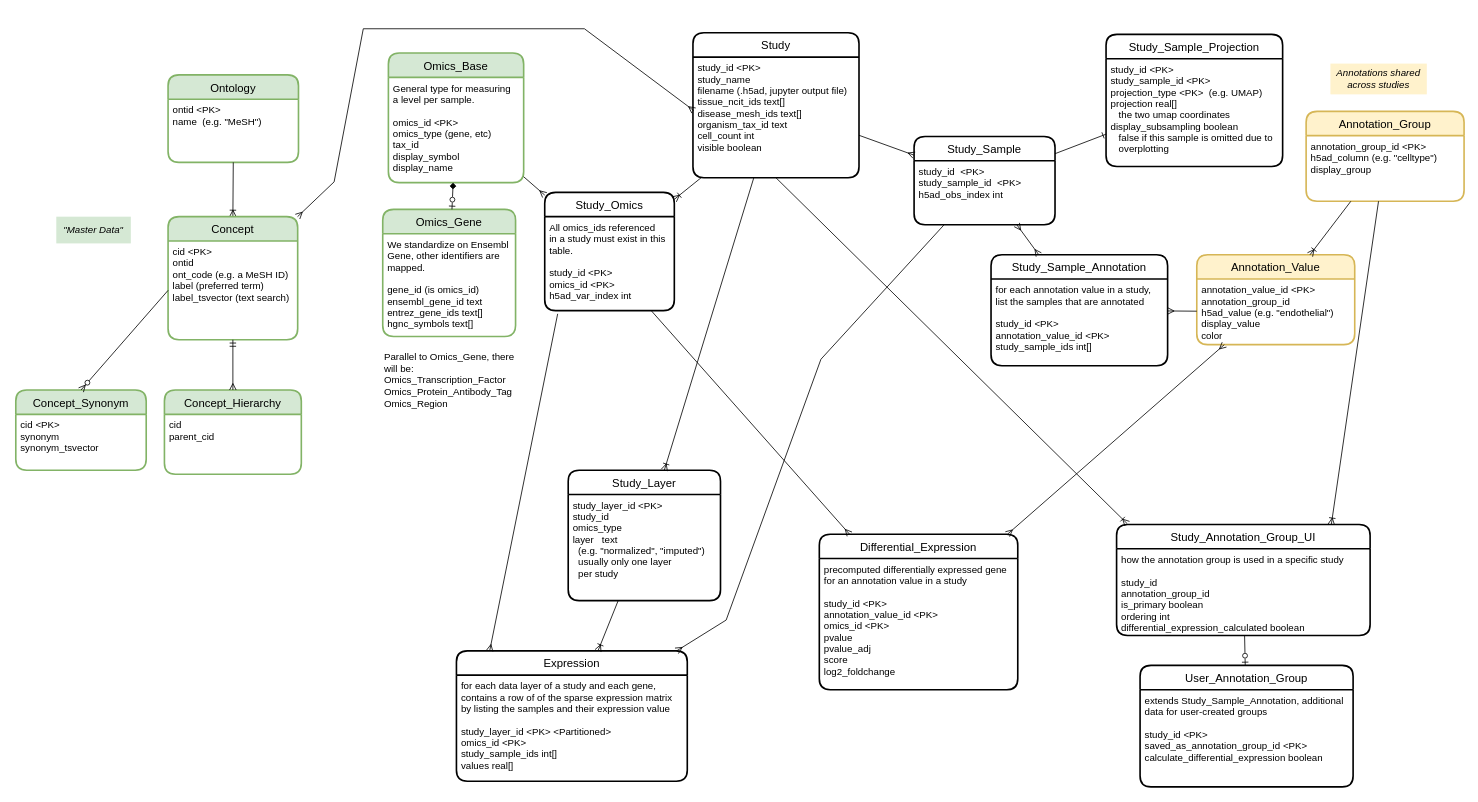
Above: documentation/database_schema.drawio in Bayer-Group/cellenium (draw.io), before the change. Source tidied: cells renumbered, new cells numbered last; positions are measured from the earlier drawing's top-left corner, leaving out a move shared by most shapes. Both pictures are drawn from the tidied source at 81%, with x=0, y=0 at pixel (15, 28).
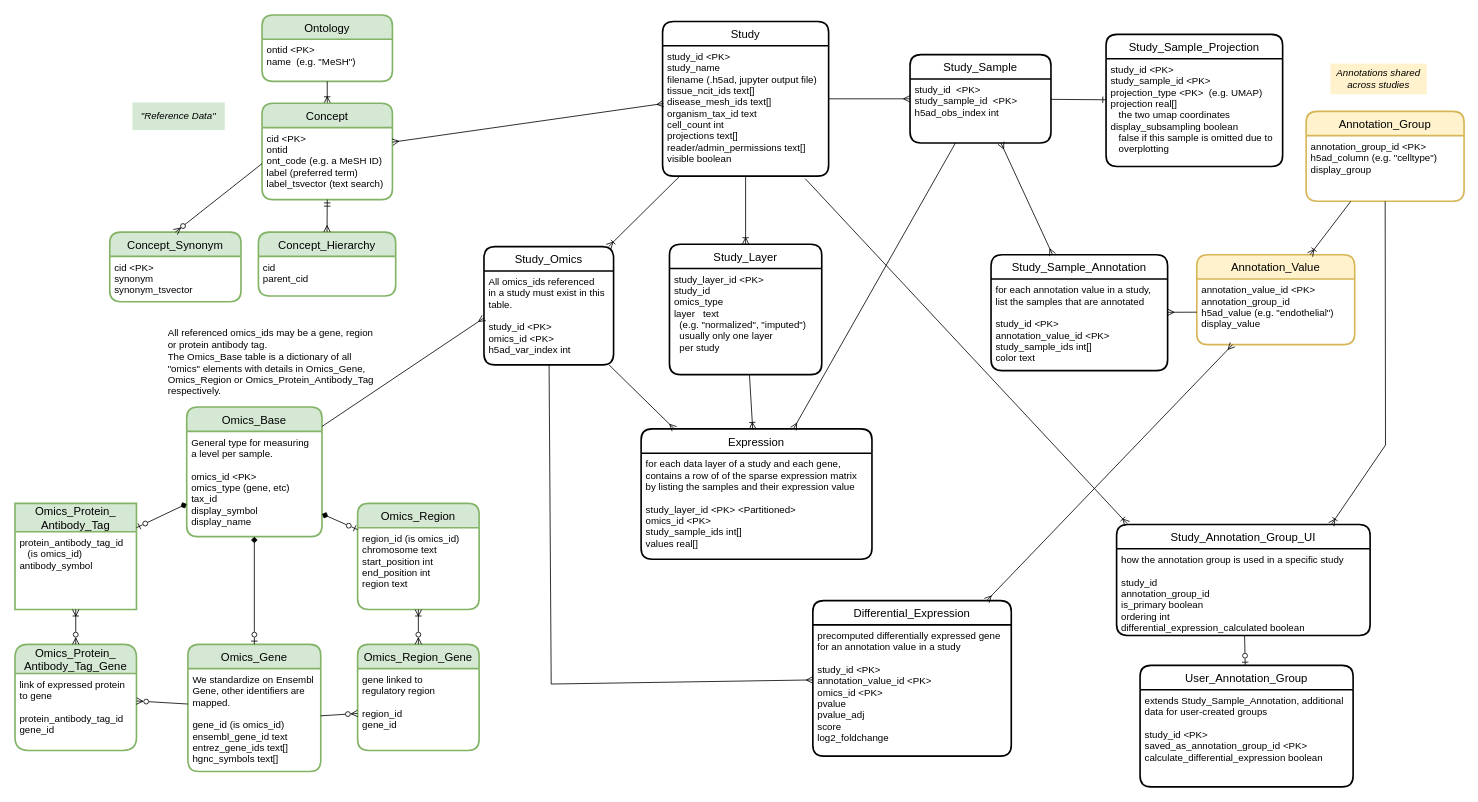
Above is the later version.

Commit message (it also covers changes not shown here):
database schema update

The change refers to these unchanged cells:
```xml
<mxCell id="16" value="General type for measuring&#10;a level per sample.&#10;&#10;omics_id &lt;PK&gt;&#10;omics_type (gene, etc)&#10;tax_id&#10;display_symbol&#10;display_name" style="align=left;strokeColor=none;fillColor=none;spacingLeft=4;fontSize=12;verticalAlign=top;" parent="15" vertex="1">
  <mxGeometry y="30" width="167" height="130" as="geometry" />
</mxCell>
<mxCell id="18" value="We standardize on Ensembl&#10;Gene, other identifiers are&#10;mapped.&#10;&#10;gene_id (is omics_id)&#10;ensembl_gene_id text&#10;entrez_gene_ids text[]&#10;hgnc_symbols text[]&#10;" style="align=left;strokeColor=none;fillColor=none;spacingLeft=4;fontSize=12;verticalAlign=top;" parent="17" vertex="1">
  <mxGeometry y="30" width="164" height="127" as="geometry" />
</mxCell>
<mxCell id="21" value="All omics_ids referenced&#10;in a study must exist in this&#10;table.&#10;&#10;study_id &lt;PK&gt;&#10;omics_id &lt;PK&gt;&#10;h5ad_var_index int&#10;" style="align=left;strokeColor=none;fillColor=none;spacingLeft=4;fontSize=12;verticalAlign=top;" parent="20" vertex="1">
  <mxGeometry y="30" width="160" height="116" as="geometry" />
</mxCell>
<mxCell id="22" value="Annotation_Group" style="swimlane;horizontal=1;startSize=30;rounded=1;fontSize=14;fontStyle=0;strokeWidth=2;shadow=0;dashed=0;align=center;fillColor=#fff2cc;strokeColor=#d6b656;" parent="1" vertex="1">
  <mxGeometry x="1593" y="102" width="195" height="111" as="geometry" />
</mxCell>
<mxCell id="24" value="Annotation_Value" style="swimlane;horizontal=1;startSize=30;rounded=1;fontSize=14;fontStyle=0;strokeWidth=2;shadow=0;dashed=0;align=center;fillColor=#fff2cc;strokeColor=#d6b656;" parent="1" vertex="1">
  <mxGeometry x="1458" y="279" width="195" height="111" as="geometry" />
</mxCell>
<mxCell id="27" value="Study_Annotation_Group_UI" style="swimlane;horizontal=1;startSize=30;rounded=1;fontSize=14;fontStyle=0;strokeWidth=2;shadow=0;dashed=0;align=center;" parent="1" vertex="1">
  <mxGeometry x="1359" y="612" width="313" height="137" as="geometry" />
</mxCell>
```

Change to the diagram source:
```diff
@@
     <mxCell id="2" value="Study" style="swimlane;horizontal=1;startSize=30;rounded=1;fontSize=14;fontStyle=0;strokeWidth=2;shadow=0;dashed=0;align=center;" parent="1" vertex="1">
-      <mxGeometry x="836" y="5" width="205" height="179" as="geometry" />
+      <mxGeometry x="798.5" y="-9" width="205" height="191" as="geometry" />
     </mxCell>
-    <mxCell id="3" value="study_id &lt;PK&gt;&#10;study_name&#10;filename (.h5ad, jupyter output file)&#10;tissue_ncit_ids text[]&#10;disease_mesh_ids text[]&#10;organism_tax_id text&#10;cell_count int&#10;visible boolean" style="align=left;strokeColor=none;fillColor=none;spacingLeft=4;fontSize=12;verticalAlign=top;" parent="2" vertex="1">
-      <mxGeometry y="30" width="205" height="149" as="geometry" />
+    <mxCell id="3" value="study_id &lt;PK&gt;&#10;study_name&#10;filename (.h5ad, jupyter output file)&#10;tissue_ncit_ids text[]&#10;disease_mesh_ids text[]&#10;organism_tax_id text&#10;cell_count int&#10;projections text[]&#10;reader/admin_permissions text[]&#10;visible boolean" style="align=left;strokeColor=none;fillColor=none;spacingLeft=4;fontSize=12;verticalAlign=top;" parent="2" vertex="1">
+      <mxGeometry y="30" width="205" height="161" as="geometry" />
     </mxCell>
     <mxCell id="4" value="Ontology" style="swimlane;horizontal=1;startSize=30;rounded=1;fontSize=14;fontStyle=0;strokeWidth=2;shadow=0;dashed=0;align=center;fillColor=#d5e8d4;strokeColor=#82b366;" parent="1" vertex="1">
-      <mxGeometry x="188" y="57" width="161" height="108" as="geometry" />
+      <mxGeometry x="304" y="-17" width="161" height="82" as="geometry" />
     </mxCell>
     <mxCell id="5" value="ontid &lt;PK&gt;&#10;name  (e.g. &quot;MeSH&quot;)&#10;" style="align=left;strokeColor=none;fillColor=none;spacingLeft=4;fontSize=12;verticalAlign=top;" parent="4" vertex="1">
-      <mxGeometry y="30" width="161" height="78" as="geometry" />
+      <mxGeometry y="30" width="161" height="52" as="geometry" />
     </mxCell>
@@
     <mxCell id="7" value="Concept" style="swimlane;horizontal=1;startSize=30;rounded=1;fontSize=14;fontStyle=0;strokeWidth=2;shadow=0;dashed=0;align=center;fillColor=#d5e8d4;strokeColor=#82b366;" parent="1" vertex="1">
-      <mxGeometry x="188" y="232" width="160" height="152" as="geometry" />
+      <mxGeometry x="304" y="92" width="161" height="119" as="geometry" />
     </mxCell>
     <mxCell id="8" value="cid &lt;PK&gt;&#10;ontid&#10;ont_code (e.g. a MeSH ID)&#10;label (preferred term)&#10;label_tsvector (text search)" style="align=left;strokeColor=none;fillColor=none;spacingLeft=4;fontSize=12;verticalAlign=top;" parent="7" vertex="1">
-      <mxGeometry y="30" width="160" height="122" as="geometry" />
+      <mxGeometry y="30" width="161" height="89" as="geometry" />
     </mxCell>
     <mxCell id="9" value="Concept_Hierarchy" style="swimlane;horizontal=1;startSize=30;rounded=1;fontSize=14;fontStyle=0;strokeWidth=2;shadow=0;dashed=0;align=center;fillColor=#d5e8d4;strokeColor=#82b366;" parent="1" vertex="1">
-      <mxGeometry x="183.5" y="446" width="169" height="104" as="geometry" />
+      <mxGeometry x="299.5" y="251" width="169.5" height="79" as="geometry" />
     </mxCell>
     <mxCell id="10" value="cid&#10;parent_cid&#10;" style="align=left;strokeColor=none;fillColor=none;spacingLeft=4;fontSize=12;verticalAlign=top;" parent="9" vertex="1">
-      <mxGeometry y="30" width="169" height="74" as="geometry" />
+      <mxGeometry y="30" width="169.5" height="49" as="geometry" />
     </mxCell>
@@
     <mxCell id="12" value="Concept_Synonym" style="swimlane;horizontal=1;startSize=30;rounded=1;fontSize=14;fontStyle=0;strokeWidth=2;shadow=0;dashed=0;align=center;fillColor=#d5e8d4;strokeColor=#82b366;" parent="1" vertex="1">
-      <mxGeometry y="446" width="161" height="99" as="geometry" />
+      <mxGeometry x="116" y="251" width="162" height="86" as="geometry" />
     </mxCell>
     <mxCell id="13" value="cid &lt;PK&gt;&#10;synonym&#10;synonym_tsvector&#10;" style="align=left;strokeColor=none;fillColor=none;spacingLeft=4;fontSize=12;verticalAlign=top;" parent="12" vertex="1">
-      <mxGeometry y="30" width="161" height="69" as="geometry" />
+      <mxGeometry y="30" width="162" height="56" as="geometry" />
     </mxCell>
@@
     <mxCell id="15" value="Omics_Base" style="swimlane;horizontal=1;startSize=30;rounded=1;fontSize=14;fontStyle=0;strokeWidth=2;shadow=0;dashed=0;align=center;fillColor=#d5e8d4;strokeColor=#82b366;" parent="1" vertex="1">
-      <mxGeometry x="460" y="30" width="167" height="160" as="geometry" />
+      <mxGeometry x="211" y="467" width="167" height="160" as="geometry" />
     </mxCell>
@@
     <mxCell id="17" value="Omics_Gene" style="swimlane;horizontal=1;startSize=30;rounded=1;fontSize=14;fontStyle=0;strokeWidth=2;shadow=0;dashed=0;align=center;fillColor=#d5e8d4;strokeColor=#82b366;" parent="1" vertex="1">
-      <mxGeometry x="453" y="223" width="164" height="157" as="geometry" />
+      <mxGeometry x="212.5" y="760" width="164" height="157" as="geometry" />
     </mxCell>
@@
     <mxCell id="20" value="Study_Omics" style="swimlane;horizontal=1;startSize=30;rounded=1;fontSize=14;fontStyle=0;strokeWidth=2;shadow=0;dashed=0;align=center;" parent="1" vertex="1">
-      <mxGeometry x="653" y="202" width="160" height="146" as="geometry" />
+      <mxGeometry x="578" y="269" width="160" height="146" as="geometry" />
     </mxCell>
@@
-    <mxCell id="25" value="annotation_value_id &lt;PK&gt;&#10;annotation_group_id&#10;h5ad_value (e.g. &quot;endothelial&quot;)&#10;display_value&#10;color" style="align=left;strokeColor=none;fillColor=none;spacingLeft=4;fontSize=12;verticalAlign=top;" parent="24" vertex="1">
+    <mxCell id="25" value="annotation_value_id &lt;PK&gt;&#10;annotation_group_id&#10;h5ad_value (e.g. &quot;endothelial&quot;)&#10;display_value" style="align=left;strokeColor=none;fillColor=none;spacingLeft=4;fontSize=12;verticalAlign=top;" parent="24" vertex="1">
       <mxGeometry y="30" width="195" height="81" as="geometry" />
     </mxCell>
@@
     <mxCell id="29" value="Study_Layer" style="swimlane;horizontal=1;startSize=30;rounded=1;fontSize=14;fontStyle=0;strokeWidth=2;shadow=0;dashed=0;align=center;" parent="1" vertex="1">
-      <mxGeometry x="682" y="545" width="188" height="161" as="geometry" />
+      <mxGeometry x="807" y="266" width="188" height="161" as="geometry" />
     </mxCell>
@@
     <mxCell id="31" value="Study_Sample" style="swimlane;horizontal=1;startSize=30;rounded=1;fontSize=14;fontStyle=0;strokeWidth=2;shadow=0;dashed=0;align=center;" parent="1" vertex="1">
-      <mxGeometry x="1109" y="133" width="174" height="109" as="geometry" />
+      <mxGeometry x="1104" y="32" width="174" height="109" as="geometry" />
     </mxCell>
@@
     <mxCell id="33" value="Study_Sample_Annotation" style="swimlane;horizontal=1;startSize=30;rounded=1;fontSize=14;fontStyle=0;strokeWidth=2;shadow=0;dashed=0;align=center;" parent="1" vertex="1">
-      <mxGeometry x="1204" y="279" width="218" height="137" as="geometry" />
+      <mxGeometry x="1204" y="279" width="218" height="143" as="geometry" />
     </mxCell>
-    <mxCell id="34" value="for each annotation value in a study,&#10;list the samples that are annotated&#10;&#10;study_id &lt;PK&gt;&#10;annotation_value_id &lt;PK&gt;&#10;study_sample_ids int[]&#10;" style="align=left;strokeColor=none;fillColor=none;spacingLeft=4;fontSize=12;verticalAlign=top;" parent="33" vertex="1">
-      <mxGeometry y="30" width="218" height="107" as="geometry" />
+    <mxCell id="34" value="for each annotation value in a study,&#10;list the samples that are annotated&#10;&#10;study_id &lt;PK&gt;&#10;annotation_value_id &lt;PK&gt;&#10;study_sample_ids int[]&#10;color text" style="align=left;strokeColor=none;fillColor=none;spacingLeft=4;fontSize=12;verticalAlign=top;" parent="33" vertex="1">
+      <mxGeometry y="30" width="218" height="113" as="geometry" />
     </mxCell>
@@
     <mxCell id="39" value="Expression" style="swimlane;horizontal=1;startSize=30;rounded=1;fontSize=14;fontStyle=0;strokeWidth=2;shadow=0;dashed=0;align=center;" parent="1" vertex="1">
-      <mxGeometry x="544" y="768" width="285" height="161" as="geometry" />
+      <mxGeometry x="772" y="494" width="285" height="161" as="geometry" />
     </mxCell>
@@
     <mxCell id="41" value="Differential_Expression" style="swimlane;horizontal=1;startSize=30;rounded=1;fontSize=14;fontStyle=0;strokeWidth=2;shadow=0;dashed=0;align=center;" parent="1" vertex="1">
-      <mxGeometry x="992" y="624" width="245" height="192" as="geometry" />
+      <mxGeometry x="984" y="706" width="245" height="192" as="geometry" />
     </mxCell>
@@
-    <mxCell id="45" value="Parallel to Omics_Gene, there&lt;br&gt;will be:&lt;br&gt;Omics_Transcription_Factor&lt;br&gt;Omics_Protein_Antibody_Tag&lt;br&gt;Omics_Region" style="text;html=1;strokeColor=none;fillColor=none;align=left;verticalAlign=middle;whiteSpace=wrap;rounded=0;" parent="1" vertex="1">
-      <mxGeometry x="453" y="402" width="172" height="63" as="geometry" />
-    </mxCell>
@@
-    <mxCell id="48" style="fontSize=12;html=1;endArrow=ERmany;rounded=0;endFill=0;entryX=0.144;entryY=0;entryDx=0;entryDy=0;entryPerimeter=0;exitX=0.1;exitY=1.034;exitDx=0;exitDy=0;exitPerimeter=0;" parent="1" edge="1" source="21" target="39">
+    <mxCell id="48" style="fontSize=12;html=1;endArrow=ERmany;rounded=0;endFill=0;entryX=0.144;entryY=0;entryDx=0;entryDy=0;entryPerimeter=0;" parent="1" edge="1" source="20" target="39">
       <mxGeometry relative="1" as="geometry" />
     </mxCell>
@@
-    <mxCell id="53" style="fontSize=12;html=1;endArrow=ERmany;rounded=0;endFill=0;" parent="1" edge="1" source="15" target="20">
+    <mxCell id="53" style="fontSize=12;html=1;endArrow=ERmany;rounded=0;endFill=0;entryX=0;entryY=0.5;entryDx=0;entryDy=0;" parent="1" edge="1" source="15" target="21">
       <mxGeometry x="1" y="-189" relative="1" as="geometry">
         <mxPoint x="132" y="180" as="offset" />
       </mxGeometry>
     </mxCell>
     <mxCell id="54" style="fontSize=12;html=1;endArrow=ERmany;rounded=0;endFill=0;" parent="1" edge="1" source="21" target="41">
-      <mxGeometry relative="1" as="geometry" />
+      <mxGeometry relative="1" as="geometry">
+        <Array as="points">
+          <mxPoint x="661" y="809" />
+        </Array>
+      </mxGeometry>
     </mxCell>
     <mxCell id="55" style="fontSize=12;html=1;endArrow=ERmany;rounded=0;endFill=0;" parent="1" edge="1" source="31" target="39">
-      <mxGeometry relative="1" as="geometry">
-        <Array as="points">
-          <mxPoint x="994" y="408" />
-          <mxPoint x="877" y="730" />
-        </Array>
-      </mxGeometry>
+      <mxGeometry relative="1" as="geometry" />
     </mxCell>
     <mxCell id="56" style="fontSize=12;html=1;endArrow=ERoneToMany;rounded=0;entryX=0.847;entryY=0;entryDx=0;entryDy=0;entryPerimeter=0;" parent="1" edge="1" source="22" target="27">
-      <mxGeometry relative="1" as="geometry" />
+      <mxGeometry relative="1" as="geometry">
+        <Array as="points">
+          <mxPoint x="1691" y="514" />
+        </Array>
+      </mxGeometry>
     </mxCell>
-    <mxCell id="57" style="fontSize=12;html=1;endArrow=ERoneToMany;rounded=0;entryX=0.042;entryY=-0.007;entryDx=0;entryDy=0;entryPerimeter=0;exitX=0.5;exitY=1;exitDx=0;exitDy=0;" parent="1" edge="1" source="3" target="27">
+    <mxCell id="57" style="fontSize=12;html=1;endArrow=ERoneToMany;rounded=0;entryX=0.042;entryY=-0.007;entryDx=0;entryDy=0;entryPerimeter=0;exitX=0.859;exitY=1.019;exitDx=0;exitDy=0;exitPerimeter=0;" parent="1" edge="1" source="3" target="27">
       <mxGeometry relative="1" as="geometry" />
     </mxCell>
@@
-    <mxCell id="59" value="&quot;Master Data&quot;" style="rounded=0;whiteSpace=wrap;html=1;fillColor=#d5e8d4;strokeColor=none;fontStyle=2;" parent="1" vertex="1">
-      <mxGeometry x="50" y="232" width="92" height="33" as="geometry" />
+    <mxCell id="59" value="&quot;Reference Data&quot;" style="rounded=0;whiteSpace=wrap;html=1;fillColor=#d5e8d4;strokeColor=none;fontStyle=2;" parent="1" vertex="1">
+      <mxGeometry x="144" y="91" width="114" height="34" as="geometry" />
     </mxCell>
@@
     <mxCell id="61" style="fontSize=12;html=1;endArrow=ERmany;rounded=0;endFill=0;startArrow=ERmany;startFill=0;exitX=0.005;exitY=0.443;exitDx=0;exitDy=0;exitPerimeter=0;" parent="1" edge="1" source="3" target="7">
-      <mxGeometry x="1" y="-189" relative="1" as="geometry">
-        <Array as="points">
-          <mxPoint x="702" />
-          <mxPoint x="429" />
-          <mxPoint x="393" y="189" />
-        </Array>
-        <mxPoint x="132" y="180" as="offset" />
-      </mxGeometry>
+      <mxGeometry relative="1" as="geometry" />
     </mxCell>
+    <mxCell id="62" value="Omics_Region" style="swimlane;horizontal=1;startSize=30;rounded=1;fontSize=14;fontStyle=0;strokeWidth=2;shadow=0;dashed=0;align=center;fillColor=#d5e8d4;strokeColor=#82b366;" parent="1" vertex="1">
+      <mxGeometry x="422" y="586" width="150" height="131" as="geometry" />
+    </mxCell>
+    <mxCell id="63" value="region_id (is omics_id)&#10;chromosome text&#10;start_position int&#10;end_position int&#10;region text" style="align=left;strokeColor=none;fillColor=none;spacingLeft=4;fontSize=12;verticalAlign=top;" parent="62" vertex="1">
+      <mxGeometry y="30" width="150" height="101" as="geometry" />
+    </mxCell>
+    <mxCell id="64" style="fontSize=12;html=1;endArrow=ERzeroToOne;rounded=0;endFill=0;startArrow=diamond;startFill=1;" parent="1" edge="1" source="16" target="62">
+      <mxGeometry relative="1" as="geometry" />
+    </mxCell>
+    <mxCell id="65" value="Omics_Region_Gene" style="swimlane;horizontal=1;startSize=30;rounded=1;fontSize=14;fontStyle=0;strokeWidth=2;shadow=0;dashed=0;align=center;fillColor=#d5e8d4;strokeColor=#82b366;" parent="1" vertex="1">
+      <mxGeometry x="422" y="760" width="150" height="131" as="geometry" />
+    </mxCell>
+    <mxCell id="66" value="gene linked to&#10;regulatory region&#10;&#10;region_id&#10;gene_id" style="align=left;strokeColor=none;fillColor=none;spacingLeft=4;fontSize=12;verticalAlign=top;" parent="65" vertex="1">
+      <mxGeometry y="30" width="150" height="101" as="geometry" />
+    </mxCell>
+    <mxCell id="67" style="fontSize=12;html=1;endArrow=ERzeroToMany;rounded=0;endFill=0;startArrow=ERoneToMany;startFill=0;" parent="1" edge="1" source="63" target="65">
+      <mxGeometry relative="1" as="geometry" />
+    </mxCell>
+    <mxCell id="68" style="fontSize=12;html=1;endArrow=ERzeroToMany;rounded=0;endFill=0;startArrow=none;startFill=0;" parent="1" edge="1" source="18" target="66">
+      <mxGeometry relative="1" as="geometry" />
+    </mxCell>
+    <mxCell id="69" value="Omics_Protein_&#10;Antibody_Tag" style="swimlane;horizontal=1;startSize=35;rounded=1;fontSize=14;fontStyle=0;strokeWidth=2;shadow=0;dashed=0;align=center;fillColor=#d5e8d4;strokeColor=#82b366;arcSize=0;" parent="1" vertex="1">
+      <mxGeometry x="-1" y="586" width="150" height="131" as="geometry" />
+    </mxCell>
+    <mxCell id="70" value="protein_antibody_tag_id&#10;   (is omics_id)&#10;antibody_symbol" style="align=left;strokeColor=none;fillColor=none;spacingLeft=4;fontSize=12;verticalAlign=top;" parent="69" vertex="1">
+      <mxGeometry y="35" width="150" height="96" as="geometry" />
+    </mxCell>
+    <mxCell id="71" value="Omics_Protein_&#10;Antibody_Tag_Gene" style="swimlane;horizontal=1;startSize=36;rounded=1;fontSize=14;fontStyle=0;strokeWidth=2;shadow=0;dashed=0;align=center;fillColor=#d5e8d4;strokeColor=#82b366;" parent="1" vertex="1">
+      <mxGeometry x="-1" y="760" width="150" height="131" as="geometry" />
+    </mxCell>
+    <mxCell id="72" value="link of expressed protein&#10;to gene&#10;&#10;protein_antibody_tag_id&#10;gene_id" style="align=left;strokeColor=none;fillColor=none;spacingLeft=4;fontSize=12;verticalAlign=top;" parent="71" vertex="1">
+      <mxGeometry y="36" width="150" height="95" as="geometry" />
+    </mxCell>
+    <mxCell id="73" style="fontSize=12;html=1;endArrow=ERzeroToMany;rounded=0;endFill=0;startArrow=none;startFill=0;" parent="1" edge="1" source="17" target="71">
+      <mxGeometry relative="1" as="geometry" />
+    </mxCell>
+    <mxCell id="74" style="fontSize=12;html=1;endArrow=ERzeroToMany;rounded=0;endFill=0;startArrow=ERoneToMany;startFill=0;" parent="1" edge="1" source="69" target="71">
+      <mxGeometry relative="1" as="geometry" />
+    </mxCell>
+    <mxCell id="75" style="fontSize=12;html=1;endArrow=ERzeroToOne;rounded=0;endFill=0;startArrow=diamond;startFill=1;" parent="1" edge="1" source="15" target="69">
+      <mxGeometry relative="1" as="geometry" />
+    </mxCell>
+    <mxCell id="76" value="All referenced omics_ids may be a gene, region or protein antibody tag.&lt;br&gt;The Omics_Base table is a dictionary of all &quot;omics&quot; elements with details in Omics_Gene, Omics_Region or Omics_Protein_Antibody_Tag respectively." style="text;html=1;strokeColor=none;fillColor=none;align=left;verticalAlign=middle;whiteSpace=wrap;rounded=0;" parent="1" vertex="1">
+      <mxGeometry x="186" y="375" width="263" height="74" as="geometry" />
+    </mxCell>
```
